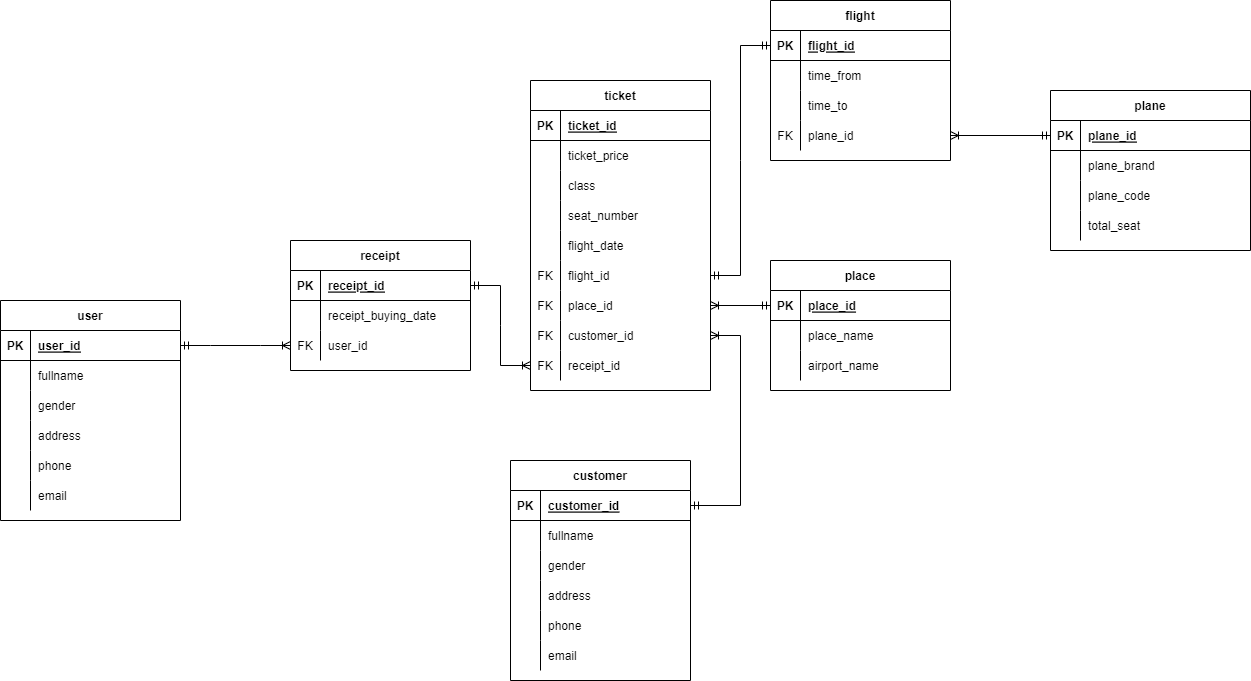
Above: database/Database.png in GumBox/CloudAirlineG8 (draw.io), before the change. Source tidied: cells renumbered, new cells last; positions are measured from the earlier drawing's top-left corner, leaving out a move shared by most shapes.
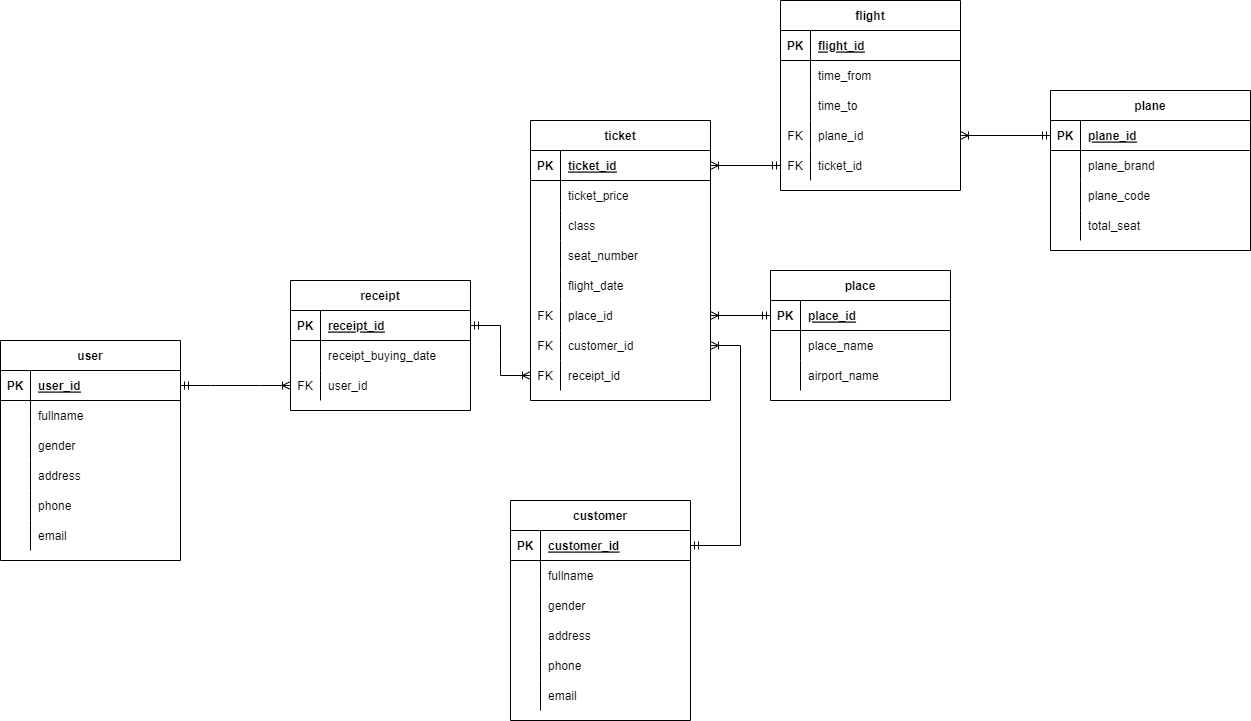
Later version of the same file.

The edit, as a diff of the source:
```diff
@@ -60,7 +60,7 @@
       <mxGeometry x="30" width="150" height="30" as="geometry" />
     </mxCell>
     <mxCell id="21" value="ticket" style="shape=table;startSize=30;rowLines=0;fontStyle=1;align=center;verticalAlign=middle;" parent="1" vertex="1">
-      <mxGeometry x="530" y="80" width="180" height="310" as="geometry" />
+      <mxGeometry x="530" y="80" width="180" height="280" as="geometry" />
     </mxCell>
     <mxCell id="22" style="shape=tableRow;horizontal=0;startSize=0;swimlaneHead=0;swimlaneBody=0;fillColor=none;points=[[0,0.5],[1,0.5]];portConstraint=eastwest;top=0;left=0;right=0;bottom=1;" parent="21" vertex="1">
       <mxGeometry y="30" width="180" height="30" as="geometry" />
@@ -107,17 +107,8 @@
     <mxCell id="36" value="flight_date" style="shape=partialRectangle;fillColor=none;top=0;left=0;bottom=0;right=0;align=left;spacingLeft=6;overflow=hidden;" parent="34" vertex="1">
       <mxGeometry x="30" width="150" height="30" as="geometry" />
     </mxCell>
-    <mxCell id="37" style="shape=tableRow;horizontal=0;startSize=0;swimlaneHead=0;swimlaneBody=0;fillColor=none;points=[[0,0.5],[1,0.5]];portConstraint=eastwest;top=0;left=0;right=0;bottom=0;" parent="21" vertex="1">
-      <mxGeometry y="180" width="180" height="30" as="geometry" />
-    </mxCell>
-    <mxCell id="38" value="FK" style="shape=partialRectangle;fillColor=none;top=0;left=0;bottom=0;right=0;overflow=hidden;" parent="37" vertex="1">
-      <mxGeometry width="30" height="30" as="geometry" />
-    </mxCell>
-    <mxCell id="39" value="flight_id" style="shape=partialRectangle;fillColor=none;top=0;left=0;bottom=0;right=0;align=left;spacingLeft=6;overflow=hidden;" parent="37" vertex="1">
-      <mxGeometry x="30" width="150" height="30" as="geometry" />
-    </mxCell>
     <mxCell id="40" style="shape=tableRow;horizontal=0;startSize=0;swimlaneHead=0;swimlaneBody=0;fillColor=none;points=[[0,0.5],[1,0.5]];portConstraint=eastwest;top=0;left=0;right=0;bottom=0;" parent="21" vertex="1">
-      <mxGeometry y="210" width="180" height="30" as="geometry" />
+      <mxGeometry y="180" width="180" height="30" as="geometry" />
     </mxCell>
     <mxCell id="41" value="FK" style="shape=partialRectangle;fillColor=none;top=0;left=0;bottom=0;right=0;overflow=hidden;" parent="40" vertex="1">
       <mxGeometry width="30" height="30" as="geometry" />
@@ -126,7 +117,7 @@
       <mxGeometry x="30" width="150" height="30" as="geometry" />
     </mxCell>
     <mxCell id="43" style="shape=tableRow;horizontal=0;startSize=0;swimlaneHead=0;swimlaneBody=0;fillColor=none;points=[[0,0.5],[1,0.5]];portConstraint=eastwest;top=0;left=0;right=0;bottom=0;" parent="21" vertex="1">
-      <mxGeometry y="240" width="180" height="30" as="geometry" />
+      <mxGeometry y="210" width="180" height="30" as="geometry" />
     </mxCell>
     <mxCell id="44" value="FK" style="shape=partialRectangle;fillColor=none;top=0;left=0;bottom=0;right=0;overflow=hidden;" parent="43" vertex="1">
       <mxGeometry width="30" height="30" as="geometry" />
@@ -135,7 +126,7 @@
       <mxGeometry x="30" width="150" height="30" as="geometry" />
     </mxCell>
     <mxCell id="46" style="shape=tableRow;horizontal=0;startSize=0;swimlaneHead=0;swimlaneBody=0;fillColor=none;points=[[0,0.5],[1,0.5]];portConstraint=eastwest;top=0;left=0;right=0;bottom=0;" parent="21" vertex="1">
-      <mxGeometry y="270" width="180" height="30" as="geometry" />
+      <mxGeometry y="240" width="180" height="30" as="geometry" />
     </mxCell>
     <mxCell id="47" value="FK" style="shape=partialRectangle;fillColor=none;top=0;left=0;bottom=0;right=0;overflow=hidden;" parent="46" vertex="1">
       <mxGeometry width="30" height="30" as="geometry" />
@@ -144,7 +135,7 @@
       <mxGeometry x="30" width="150" height="30" as="geometry" />
     </mxCell>
     <mxCell id="49" value="flight" style="shape=table;startSize=30;rowLines=0;fontStyle=1;align=center;verticalAlign=middle;" parent="1" vertex="1">
-      <mxGeometry x="770" width="180" height="160" as="geometry" />
+      <mxGeometry x="780" y="-40" width="180" height="190" as="geometry" />
     </mxCell>
     <mxCell id="50" style="shape=tableRow;horizontal=0;startSize=0;swimlaneHead=0;swimlaneBody=0;fillColor=none;points=[[0,0.5],[1,0.5]];portConstraint=eastwest;top=0;left=0;right=0;bottom=1;" parent="49" vertex="1">
       <mxGeometry y="30" width="180" height="30" as="geometry" />
@@ -182,8 +173,17 @@
     <mxCell id="61" value="plane_id" style="shape=partialRectangle;fillColor=none;top=0;left=0;bottom=0;right=0;align=left;spacingLeft=6;overflow=hidden;" parent="59" vertex="1">
       <mxGeometry x="30" width="150" height="30" as="geometry" />
     </mxCell>
+    <mxCell id="120" style="shape=tableRow;horizontal=0;startSize=0;swimlaneHead=0;swimlaneBody=0;fillColor=none;points=[[0,0.5],[1,0.5]];portConstraint=eastwest;top=0;left=0;right=0;bottom=0;" parent="49" vertex="1">
+      <mxGeometry y="150" width="180" height="30" as="geometry" />
+    </mxCell>
+    <mxCell id="38" value="FK" style="shape=partialRectangle;fillColor=none;top=0;left=0;bottom=0;right=0;overflow=hidden;" parent="120" vertex="1">
+      <mxGeometry width="30" height="30" as="geometry" />
+    </mxCell>
+    <mxCell id="121" value="ticket_id" style="shape=partialRectangle;fillColor=none;top=0;left=0;bottom=0;right=0;align=left;spacingLeft=6;overflow=hidden;" parent="120" vertex="1">
+      <mxGeometry x="30" width="150" height="30" as="geometry" />
+    </mxCell>
     <mxCell id="62" value="place" style="shape=table;startSize=30;rowLines=0;fontStyle=1;align=center;verticalAlign=middle;" parent="1" vertex="1">
-      <mxGeometry x="770" y="260" width="180" height="130" as="geometry" />
+      <mxGeometry x="770" y="230" width="180" height="130" as="geometry" />
     </mxCell>
     <mxCell id="63" style="shape=tableRow;horizontal=0;startSize=0;swimlaneHead=0;swimlaneBody=0;fillColor=none;points=[[0,0.5],[1,0.5]];portConstraint=eastwest;top=0;left=0;right=0;bottom=1;" parent="62" vertex="1">
       <mxGeometry y="30" width="180" height="30" as="geometry" />
@@ -312,7 +312,7 @@
       <mxGeometry relative="1" as="geometry" />
     </mxCell>
     <mxCell id="105" value="plane" style="shape=table;startSize=30;rowLines=0;fontStyle=1;align=center;verticalAlign=middle;" parent="1" vertex="1">
-      <mxGeometry x="1050" y="90" width="200" height="160" as="geometry" />
+      <mxGeometry x="1050" y="50" width="200" height="160" as="geometry" />
     </mxCell>
     <mxCell id="106" style="shape=tableRow;horizontal=0;startSize=0;swimlaneHead=0;swimlaneBody=0;fillColor=none;points=[[0,0.5],[1,0.5]];portConstraint=eastwest;top=0;left=0;right=0;bottom=1;" parent="105" vertex="1">
       <mxGeometry y="30" width="200" height="30" as="geometry" />
@@ -353,8 +353,8 @@
     <mxCell id="118" style="fontSize=12;html=1;endArrow=ERoneToMany;startArrow=ERmandOne;rounded=0;edgeStyle=orthogonalEdgeStyle;" parent="1" edge="1" source="106" target="59">
       <mxGeometry relative="1" as="geometry" />
     </mxCell>
-    <mxCell id="119" style="edgeStyle=entityRelationEdgeStyle;fontSize=12;html=1;endArrow=ERmandOne;startArrow=ERmandOne;rounded=0;" parent="1" edge="1" source="37" target="50">
-      <mxGeometry relative="1" as="geometry" />
-    </mxCell>
+    <mxCell id="122" style="fontSize=12;html=1;endArrow=ERoneToMany;startArrow=ERmandOne;rounded=0;edgeStyle=orthogonalEdgeStyle;" parent="1" edge="1" source="120" target="22">
+      <mxGeometry relative="1" as="geometry" />
+    </mxCell>
   </root>
 </mxGraphModel>
```
